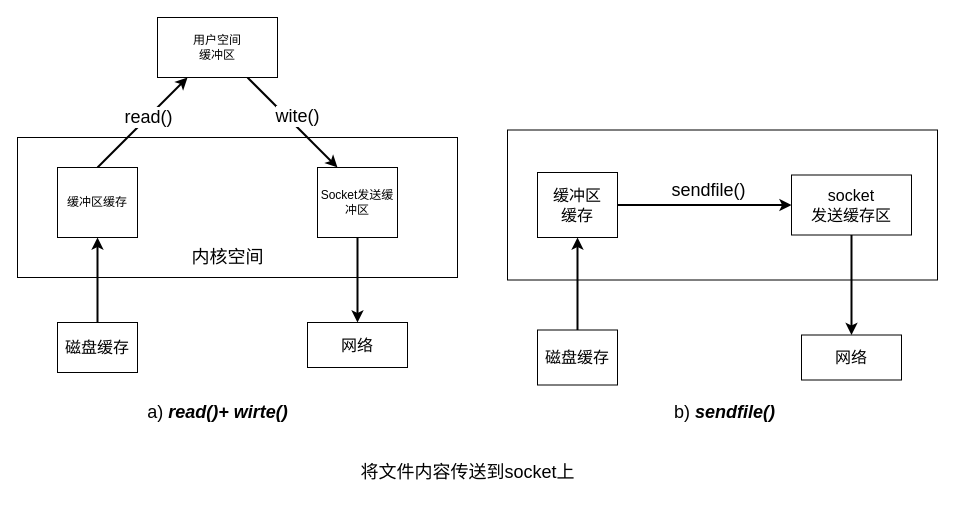
Earlier version of the draw.io diagram page "传统IO" (1 of 4) of os/IO.drawio (Xrtero/illustrations). Source tidied: cells renumbered, new cells numbered last; positions are measured from the earlier drawing's top-left corner, leaving out a move shared by most shapes. Both pictures are drawn from the tidied source at 100%, with x=0, y=0 at pixel (17, 17).
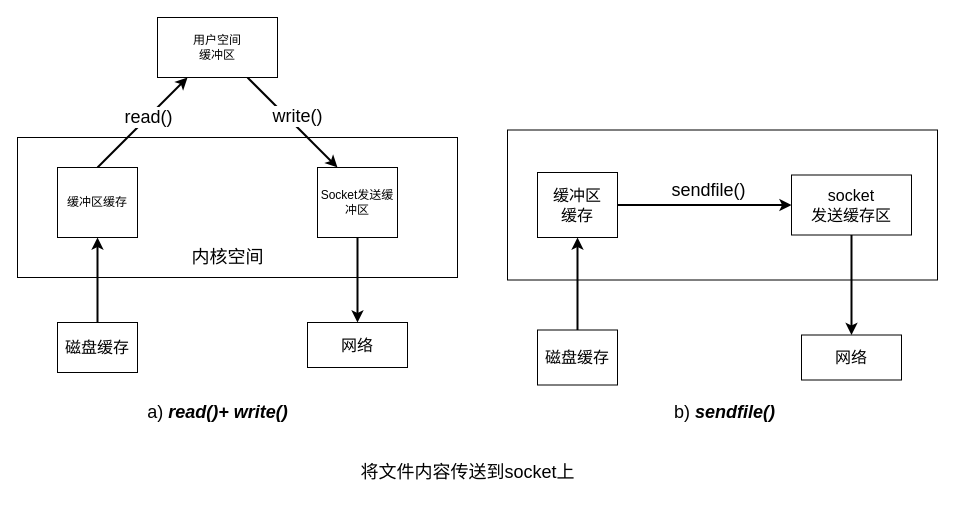
The same diagram, later.

The change refers to these unchanged cells:
```xml
<mxCell id="2" style="edgeStyle=none;rounded=0;jettySize=auto;html=1;exitX=0.75;exitY=1;exitDx=0;exitDy=0;entryX=0.25;entryY=0;entryDx=0;entryDy=0;fontSize=18;strokeWidth=2;" parent="1" edge="1" source="4" target="10">
  <mxGeometry relative="1" as="geometry" />
</mxCell>
```

What changed in the source:
```diff
@@
-    <mxCell id="3" value="wite()" style="edgeLabel;html=1;align=center;verticalAlign=middle;fontSize=18;" parent="2" vertex="1">
+    <mxCell id="3" value="write()" style="edgeLabel;html=1;align=center;verticalAlign=middle;fontSize=18;" parent="2" vertex="1">
       <mxGeometry x="-0.21" y="-5" relative="1" as="geometry">
         <mxPoint x="18" as="offset" />
       </mxGeometry>
     </mxCell>
@@
-    <mxCell id="24" value="a) &lt;b&gt;&lt;i&gt;read()+ wirte()&lt;/i&gt;&lt;/b&gt;" style="text;html=1;align=center;verticalAlign=middle;strokeColor=none;fillColor=none;fontSize=18;" parent="1" vertex="1">
+    <mxCell id="24" value="a) &lt;b&gt;&lt;i&gt;read()+ write()&lt;/i&gt;&lt;/b&gt;" style="text;html=1;align=center;verticalAlign=middle;strokeColor=none;fillColor=none;fontSize=18;" parent="1" vertex="1">
       <mxGeometry x="120" y="380" width="160" height="30" as="geometry" />
     </mxCell>
```
